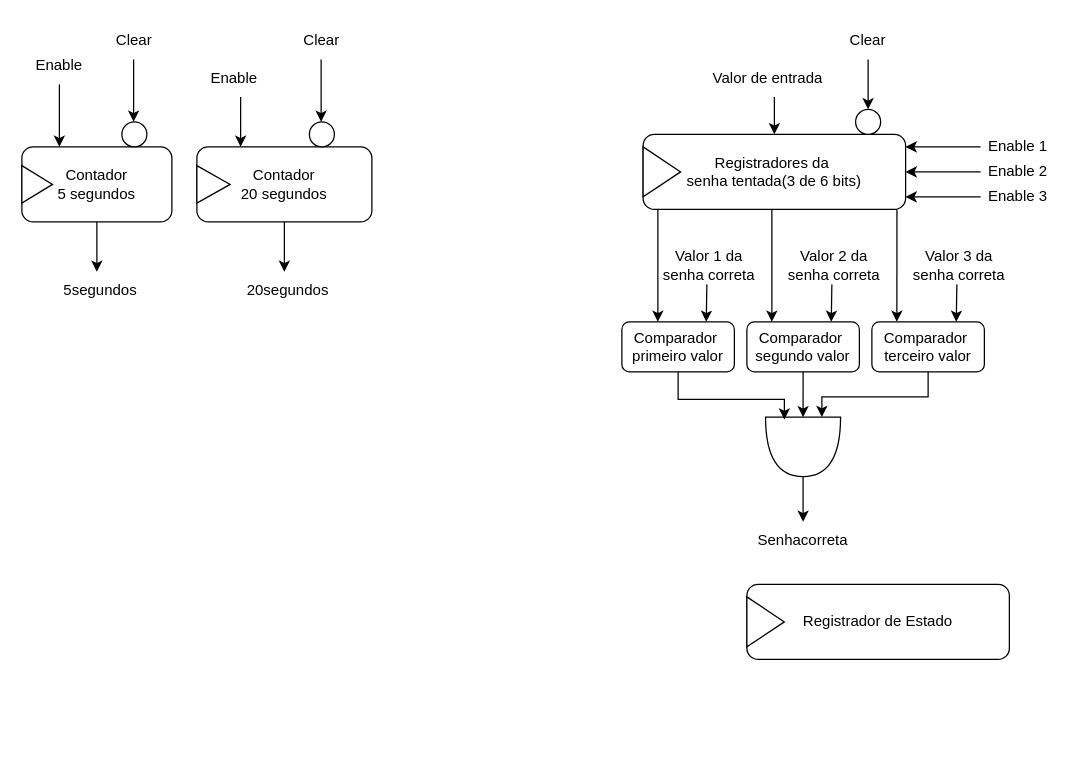
Above: proj3_geral.drawio in pedroManuelP/Projeto_03_CircuitosDigitais (draw.io), before the change. Source tidied: cells renumbered, new cells numbered last; positions are measured from the earlier drawing's top-left corner, leaving out a move shared by most shapes. Both pictures are drawn from the tidied source at 125%, with x=0, y=0 at pixel (21, 21).
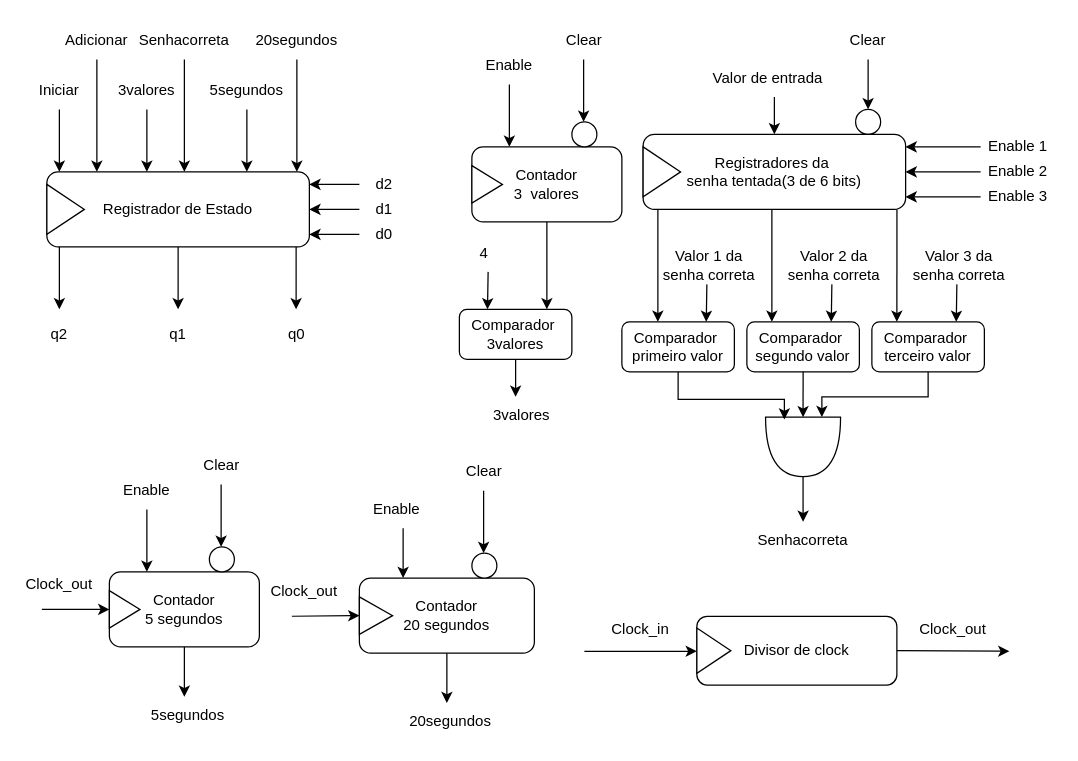
The same diagram, later.

The change refers to these unchanged cells:
```xml
<mxCell id="3" value="Registrador de Estado" style="rounded=1;whiteSpace=wrap;html=1;" parent="2" vertex="1">
  <mxGeometry width="210" height="60" as="geometry" />
</mxCell>
<mxCell id="54" value="&lt;div&gt;Contador&lt;/div&gt;&lt;div&gt;20 segundos&lt;br&gt;&lt;/div&gt;" style="rounded=1;whiteSpace=wrap;html=1;" parent="53" vertex="1">
  <mxGeometry x="-10" width="140" height="60" as="geometry" />
</mxCell>
```

The edit, as a diff of the source:
```diff
@@
     <mxCell id="2" style="group;" parent="1" vertex="1">
-      <mxGeometry x="580" y="450" width="210" height="60" as="geometry" />
+      <mxGeometry x="20" y="120" width="210" height="60" as="geometry" />
     </mxCell>
@@
-    <mxCell id="5" style="group;" parent="1" vertex="1">
-      <mxGeometry x="497" width="330" height="150" as="geometry" />
-    </mxCell>
-    <mxCell id="6" style="group;" parent="5" vertex="1">
-      <mxGeometry y="30" width="330" height="120" as="geometry" />
-    </mxCell>
-    <mxCell id="7" style="group;" parent="6" vertex="1">
-      <mxGeometry width="330" height="120" as="geometry" />
-    </mxCell>
-    <mxCell id="8" style="group;" parent="7" vertex="1">
-      <mxGeometry y="60" width="330" height="60" as="geometry" />
-    </mxCell>
-    <mxCell id="9" value="Enable 1" style="text;html=1;align=center;verticalAlign=middle;whiteSpace=wrap;rounded=0;" parent="8" vertex="1">
-      <mxGeometry x="270" width="60" height="20" as="geometry" />
-    </mxCell>
-    <mxCell id="10" style="group;" parent="8" vertex="1">
-      <mxGeometry width="270" height="60" as="geometry" />
-    </mxCell>
-    <mxCell id="11" style="group;" parent="10" vertex="1">
-      <mxGeometry width="210" height="60" as="geometry" />
-    </mxCell>
-    <mxCell id="12" value="&lt;div&gt;Registradores da&amp;nbsp;&lt;/div&gt;&lt;div&gt;senha tentada(3 de 6 bits)&lt;/div&gt;" style="rounded=1;whiteSpace=wrap;html=1;" parent="11" vertex="1">
-      <mxGeometry width="210" height="60" as="geometry" />
-    </mxCell>
-    <mxCell id="13" style="triangle;whiteSpace=wrap;html=1;" parent="11" vertex="1">
-      <mxGeometry y="10" width="30" height="40" as="geometry" />
-    </mxCell>
-    <mxCell id="14" style="endArrow=classic;html=1;rounded=0;entryX=1;entryY=0.5;entryDx=0;entryDy=0;" parent="10" edge="1">
-      <mxGeometry relative="1" as="geometry">
-        <mxPoint x="270" y="10" as="sourcePoint" />
-        <mxPoint x="210" y="10" as="targetPoint" />
-      </mxGeometry>
-    </mxCell>
-    <mxCell id="15" style="endArrow=classic;html=1;rounded=0;entryX=1;entryY=0.5;entryDx=0;entryDy=0;" parent="10" edge="1">
-      <mxGeometry relative="1" as="geometry">
-        <mxPoint x="270" y="50" as="sourcePoint" />
-        <mxPoint x="210" y="50" as="targetPoint" />
-        <Array as="points">
-          <mxPoint x="270" y="50" />
-        </Array>
-      </mxGeometry>
-    </mxCell>
-    <mxCell id="16" style="endArrow=classic;html=1;rounded=0;entryX=1;entryY=0.5;entryDx=0;entryDy=0;" parent="10" edge="1">
-      <mxGeometry relative="1" as="geometry">
-        <mxPoint x="270" y="30" as="sourcePoint" />
-        <mxPoint x="210" y="30" as="targetPoint" />
-      </mxGeometry>
-    </mxCell>
-    <mxCell id="17" value="Enable 2" style="text;html=1;align=center;verticalAlign=middle;whiteSpace=wrap;rounded=0;" parent="8" vertex="1">
-      <mxGeometry x="270" y="20" width="60" height="20" as="geometry" />
-    </mxCell>
-    <mxCell id="18" value="Enable 3" style="text;html=1;align=center;verticalAlign=middle;whiteSpace=wrap;rounded=0;" parent="8" vertex="1">
-      <mxGeometry x="270" y="40" width="60" height="20" as="geometry" />
-    </mxCell>
-    <mxCell id="19" style="endArrow=classic;html=1;rounded=0;" parent="7" edge="1" target="12">
-      <mxGeometry relative="1" as="geometry">
-        <mxPoint x="105" y="30" as="sourcePoint" />
-      </mxGeometry>
-    </mxCell>
-    <mxCell id="20" value="Valor de entrada" style="text;html=1;align=center;verticalAlign=middle;whiteSpace=wrap;rounded=0;" parent="7" vertex="1">
-      <mxGeometry x="50" width="100" height="30" as="geometry" />
-    </mxCell>
-    <mxCell id="21" style="ellipse;whiteSpace=wrap;html=1;" parent="7" vertex="1">
-      <mxGeometry x="170" y="40" width="20" height="20" as="geometry" />
-    </mxCell>
-    <mxCell id="22" style="endArrow=classic;html=1;rounded=0;" parent="5" edge="1">
-      <mxGeometry relative="1" as="geometry">
-        <mxPoint x="180" y="30" as="sourcePoint" />
-        <mxPoint x="180" y="70" as="targetPoint" />
-      </mxGeometry>
-    </mxCell>
-    <mxCell id="23" value="Clear" style="text;html=1;align=center;verticalAlign=middle;whiteSpace=wrap;rounded=0;" parent="5" vertex="1">
-      <mxGeometry x="150" width="60" height="30" as="geometry" />
-    </mxCell>
@@
     <mxCell id="42" style="group;" parent="1" vertex="1">
-      <mxGeometry width="120" height="230" as="geometry" />
+      <mxGeometry x="70" y="340" width="120" height="230" as="geometry" />
     </mxCell>
@@
     <mxCell id="53" style="group;" parent="1" vertex="1">
-      <mxGeometry x="150" y="100" width="130" height="60" as="geometry" />
+      <mxGeometry x="280" y="445" width="130" height="60" as="geometry" />
     </mxCell>
@@
     <mxCell id="55" style="endArrow=classic;html=1;rounded=0;entryX=0.25;entryY=0;entryDx=0;entryDy=0;" parent="1" edge="1" target="54">
       <mxGeometry relative="1" as="geometry">
-        <mxPoint x="175" y="60" as="sourcePoint" />
+        <mxPoint x="305" y="405" as="sourcePoint" />
       </mxGeometry>
     </mxCell>
     <mxCell id="56" style="ellipse;whiteSpace=wrap;html=1;" parent="1" vertex="1">
-      <mxGeometry x="230" y="80" width="20" height="20" as="geometry" />
+      <mxGeometry x="360" y="425" width="20" height="20" as="geometry" />
     </mxCell>
     <mxCell id="57" style="endArrow=classic;html=1;rounded=0;entryX=0.25;entryY=0;entryDx=0;entryDy=0;" parent="1" edge="1">
       <mxGeometry relative="1" as="geometry">
-        <mxPoint x="239.4" y="30" as="sourcePoint" />
-        <mxPoint x="239.4" y="80" as="targetPoint" />
+        <mxPoint x="369.4" y="375" as="sourcePoint" />
+        <mxPoint x="369.4" y="425" as="targetPoint" />
       </mxGeometry>
     </mxCell>
     <mxCell id="58" style="endArrow=classic;html=1;rounded=0;exitX=0.5;exitY=1;exitDx=0;exitDy=0;" parent="1" edge="1" source="54">
       <mxGeometry relative="1" as="geometry">
-        <mxPoint x="210" y="200" as="targetPoint" />
+        <mxPoint x="340" y="545" as="targetPoint" />
       </mxGeometry>
     </mxCell>
     <mxCell id="59" value="20segundos" style="text;html=1;align=center;verticalAlign=middle;whiteSpace=wrap;rounded=0;" parent="1" vertex="1">
-      <mxGeometry x="182.5" y="200" width="60" height="30" as="geometry" />
+      <mxGeometry x="312.5" y="545" width="60" height="30" as="geometry" />
     </mxCell>
     <mxCell id="60" value="Enable" style="text;html=1;align=center;verticalAlign=middle;whiteSpace=wrap;rounded=0;" parent="1" vertex="1">
-      <mxGeometry x="140" y="30" width="60" height="30" as="geometry" />
+      <mxGeometry x="270" y="375" width="60" height="30" as="geometry" />
     </mxCell>
     <mxCell id="61" value="Clear" style="text;html=1;align=center;verticalAlign=middle;whiteSpace=wrap;rounded=0;" parent="1" vertex="1">
-      <mxGeometry x="210" width="60" height="30" as="geometry" />
+      <mxGeometry x="340" y="345" width="60" height="30" as="geometry" />
     </mxCell>
     <mxCell id="62" style="triangle;whiteSpace=wrap;html=1;" parent="1" vertex="1">
-      <mxGeometry x="140" y="115" width="26.6" height="30" as="geometry" />
+      <mxGeometry x="270" y="460" width="26.6" height="30" as="geometry" />
     </mxCell>
+    <mxCell id="63" style="endArrow=classic;html=1;rounded=0;" parent="1" edge="1">
+      <mxGeometry relative="1" as="geometry">
+        <mxPoint x="30" y="70" as="sourcePoint" />
+        <mxPoint x="30" y="120" as="targetPoint" />
+      </mxGeometry>
+    </mxCell>
+    <mxCell id="64" value="Iniciar" style="text;html=1;align=center;verticalAlign=middle;whiteSpace=wrap;rounded=0;" parent="1" vertex="1">
+      <mxGeometry y="40" width="60" height="30" as="geometry" />
+    </mxCell>
+    <mxCell id="65" value="Adicionar" style="text;html=1;align=center;verticalAlign=middle;whiteSpace=wrap;rounded=0;" parent="1" vertex="1">
+      <mxGeometry x="30" width="60" height="30" as="geometry" />
+    </mxCell>
+    <mxCell id="66" style="endArrow=classic;html=1;rounded=0;" parent="1" edge="1">
+      <mxGeometry relative="1" as="geometry">
+        <mxPoint x="60" y="30" as="sourcePoint" />
+        <mxPoint x="60" y="120" as="targetPoint" />
+      </mxGeometry>
+    </mxCell>
+    <mxCell id="67" style="endArrow=classic;html=1;rounded=0;" parent="1" edge="1">
+      <mxGeometry relative="1" as="geometry">
+        <mxPoint x="100" y="70" as="sourcePoint" />
+        <mxPoint x="100" y="120" as="targetPoint" />
+      </mxGeometry>
+    </mxCell>
+    <mxCell id="68" style="endArrow=classic;html=1;rounded=0;" parent="1" edge="1">
+      <mxGeometry relative="1" as="geometry">
+        <mxPoint x="130" y="30" as="sourcePoint" />
+        <mxPoint x="130" y="120" as="targetPoint" />
+      </mxGeometry>
+    </mxCell>
+    <mxCell id="69" value="3valores" style="text;html=1;align=center;verticalAlign=middle;whiteSpace=wrap;rounded=0;" parent="1" vertex="1">
+      <mxGeometry x="70" y="40" width="60" height="30" as="geometry" />
+    </mxCell>
+    <mxCell id="70" value="Senhacorreta" style="text;html=1;align=center;verticalAlign=middle;whiteSpace=wrap;rounded=0;" parent="1" vertex="1">
+      <mxGeometry x="100" width="60" height="30" as="geometry" />
+    </mxCell>
+    <mxCell id="71" value="3valores" style="text;html=1;align=center;verticalAlign=middle;whiteSpace=wrap;rounded=0;" parent="1" vertex="1">
+      <mxGeometry x="370" y="300" width="60" height="30" as="geometry" />
+    </mxCell>
+    <mxCell id="72" value="&lt;div&gt;Comparador&amp;nbsp;&lt;/div&gt;&lt;div&gt;3valores&lt;br&gt;&lt;/div&gt;" style="rounded=1;whiteSpace=wrap;html=1;" parent="1" vertex="1">
+      <mxGeometry x="350" y="230" width="90" height="40" as="geometry" />
+    </mxCell>
+    <mxCell id="73" style="group;" parent="1" vertex="1">
+      <mxGeometry x="360" y="100" width="120" height="60" as="geometry" />
+    </mxCell>
+    <mxCell id="74" value="&lt;div&gt;Contador&lt;/div&gt;&lt;div&gt;3&amp;nbsp; valores&lt;br&gt;&lt;/div&gt;" style="rounded=1;whiteSpace=wrap;html=1;" parent="73" vertex="1">
+      <mxGeometry width="120" height="60" as="geometry" />
+    </mxCell>
+    <mxCell id="75" style="triangle;whiteSpace=wrap;html=1;" parent="73" vertex="1">
+      <mxGeometry y="15" width="24.5" height="30" as="geometry" />
+    </mxCell>
+    <mxCell id="76" style="endArrow=classic;html=1;rounded=0;entryX=0.25;entryY=0;entryDx=0;entryDy=0;" parent="1" edge="1" target="74">
+      <mxGeometry relative="1" as="geometry">
+        <mxPoint x="390" y="50" as="sourcePoint" />
+      </mxGeometry>
+    </mxCell>
+    <mxCell id="77" style="ellipse;whiteSpace=wrap;html=1;" parent="1" vertex="1">
+      <mxGeometry x="440" y="80" width="20" height="20" as="geometry" />
+    </mxCell>
+    <mxCell id="78" style="endArrow=classic;html=1;rounded=0;entryX=0.25;entryY=0;entryDx=0;entryDy=0;" parent="1" edge="1">
+      <mxGeometry relative="1" as="geometry">
+        <mxPoint x="449.4" y="30" as="sourcePoint" />
+        <mxPoint x="449.4" y="80" as="targetPoint" />
+      </mxGeometry>
+    </mxCell>
+    <mxCell id="79" style="endArrow=classic;html=1;rounded=0;exitX=0.5;exitY=1;exitDx=0;exitDy=0;" parent="1" edge="1" source="74">
+      <mxGeometry relative="1" as="geometry">
+        <mxPoint x="420" y="230" as="targetPoint" />
+      </mxGeometry>
+    </mxCell>
+    <mxCell id="80" value="Enable" style="text;html=1;align=center;verticalAlign=middle;whiteSpace=wrap;rounded=0;" parent="1" vertex="1">
+      <mxGeometry x="360" y="20" width="60" height="30" as="geometry" />
+    </mxCell>
+    <mxCell id="81" value="Clear" style="text;html=1;align=center;verticalAlign=middle;whiteSpace=wrap;rounded=0;" parent="1" vertex="1">
+      <mxGeometry x="420" width="60" height="30" as="geometry" />
+    </mxCell>
+    <mxCell id="82" style="endArrow=classic;html=1;rounded=0;exitX=0.5;exitY=1;exitDx=0;exitDy=0;" parent="1" edge="1" source="72">
+      <mxGeometry relative="1" as="geometry">
+        <mxPoint x="395" y="300" as="targetPoint" />
+      </mxGeometry>
+    </mxCell>
+    <mxCell id="83" style="endArrow=classic;html=1;rounded=0;entryX=0.25;entryY=0;entryDx=0;entryDy=0;" parent="1" edge="1" target="72">
+      <mxGeometry relative="1" as="geometry">
+        <mxPoint x="373" y="200" as="sourcePoint" />
+      </mxGeometry>
+    </mxCell>
+    <mxCell id="84" value="4" style="text;html=1;align=center;verticalAlign=middle;whiteSpace=wrap;rounded=0;" parent="1" vertex="1">
+      <mxGeometry x="350" y="170" width="40" height="30" as="geometry" />
+    </mxCell>
+    <mxCell id="85" style="endArrow=classic;html=1;rounded=0;" parent="1" edge="1">
+      <mxGeometry relative="1" as="geometry">
+        <mxPoint x="180" y="70" as="sourcePoint" />
+        <mxPoint x="180" y="120" as="targetPoint" />
+      </mxGeometry>
+    </mxCell>
+    <mxCell id="86" value="5segundos" style="text;html=1;align=center;verticalAlign=middle;whiteSpace=wrap;rounded=0;" parent="1" vertex="1">
+      <mxGeometry x="150" y="40" width="60" height="30" as="geometry" />
+    </mxCell>
+    <mxCell id="87" style="endArrow=classic;html=1;rounded=0;" parent="1" edge="1">
+      <mxGeometry relative="1" as="geometry">
+        <mxPoint x="220" y="30" as="sourcePoint" />
+        <mxPoint x="220" y="120" as="targetPoint" />
+      </mxGeometry>
+    </mxCell>
+    <mxCell id="88" value="20segundos" style="text;html=1;align=center;verticalAlign=middle;whiteSpace=wrap;rounded=0;" parent="1" vertex="1">
+      <mxGeometry x="190" width="60" height="30" as="geometry" />
+    </mxCell>
+    <mxCell id="22" style="endArrow=classic;html=1;rounded=0;" parent="1" edge="1">
+      <mxGeometry relative="1" as="geometry">
+        <mxPoint x="677" y="30" as="sourcePoint" />
+        <mxPoint x="677" y="70" as="targetPoint" />
+      </mxGeometry>
+    </mxCell>
+    <mxCell id="23" value="Clear" style="text;html=1;align=center;verticalAlign=middle;whiteSpace=wrap;rounded=0;" parent="1" vertex="1">
+      <mxGeometry x="647" width="60" height="30" as="geometry" />
+    </mxCell>
+    <mxCell id="19" style="endArrow=classic;html=1;rounded=0;" parent="1" edge="1" target="12">
+      <mxGeometry relative="1" as="geometry">
+        <mxPoint x="602" y="60" as="sourcePoint" />
+      </mxGeometry>
+    </mxCell>
+    <mxCell id="20" value="Valor de entrada" style="text;html=1;align=center;verticalAlign=middle;whiteSpace=wrap;rounded=0;" parent="1" vertex="1">
+      <mxGeometry x="547" y="30" width="100" height="30" as="geometry" />
+    </mxCell>
+    <mxCell id="21" style="ellipse;whiteSpace=wrap;html=1;" parent="1" vertex="1">
+      <mxGeometry x="667" y="70" width="20" height="20" as="geometry" />
+    </mxCell>
+    <mxCell id="9" value="Enable 1" style="text;html=1;align=center;verticalAlign=middle;whiteSpace=wrap;rounded=0;" parent="1" vertex="1">
+      <mxGeometry x="767" y="90" width="60" height="20" as="geometry" />
+    </mxCell>
+    <mxCell id="10" style="group;" parent="1" vertex="1">
+      <mxGeometry x="497" y="90" width="270" height="60" as="geometry" />
+    </mxCell>
+    <mxCell id="11" style="group;" parent="10" vertex="1">
+      <mxGeometry width="210" height="60" as="geometry" />
+    </mxCell>
+    <mxCell id="12" value="&lt;div&gt;Registradores da&amp;nbsp;&lt;/div&gt;&lt;div&gt;senha tentada(3 de 6 bits)&lt;/div&gt;" style="rounded=1;whiteSpace=wrap;html=1;" parent="11" vertex="1">
+      <mxGeometry width="210" height="60" as="geometry" />
+    </mxCell>
+    <mxCell id="13" style="triangle;whiteSpace=wrap;html=1;" parent="11" vertex="1">
+      <mxGeometry y="10" width="30" height="40" as="geometry" />
+    </mxCell>
+    <mxCell id="14" style="endArrow=classic;html=1;rounded=0;entryX=1;entryY=0.5;entryDx=0;entryDy=0;" parent="10" edge="1">
+      <mxGeometry relative="1" as="geometry">
+        <mxPoint x="270" y="10" as="sourcePoint" />
+        <mxPoint x="210" y="10" as="targetPoint" />
+      </mxGeometry>
+    </mxCell>
+    <mxCell id="15" style="endArrow=classic;html=1;rounded=0;entryX=1;entryY=0.5;entryDx=0;entryDy=0;" parent="10" edge="1">
+      <mxGeometry relative="1" as="geometry">
+        <mxPoint x="270" y="50" as="sourcePoint" />
+        <mxPoint x="210" y="50" as="targetPoint" />
+        <Array as="points">
+          <mxPoint x="270" y="50" />
+        </Array>
+      </mxGeometry>
+    </mxCell>
+    <mxCell id="16" style="endArrow=classic;html=1;rounded=0;entryX=1;entryY=0.5;entryDx=0;entryDy=0;" parent="10" edge="1">
+      <mxGeometry relative="1" as="geometry">
+        <mxPoint x="270" y="30" as="sourcePoint" />
+        <mxPoint x="210" y="30" as="targetPoint" />
+      </mxGeometry>
+    </mxCell>
+    <mxCell id="17" value="Enable 2" style="text;html=1;align=center;verticalAlign=middle;whiteSpace=wrap;rounded=0;" parent="1" vertex="1">
+      <mxGeometry x="767" y="110" width="60" height="20" as="geometry" />
+    </mxCell>
+    <mxCell id="18" value="Enable 3" style="text;html=1;align=center;verticalAlign=middle;whiteSpace=wrap;rounded=0;" parent="1" vertex="1">
+      <mxGeometry x="767" y="130" width="60" height="20" as="geometry" />
+    </mxCell>
+    <mxCell id="89" style="endArrow=classic;html=1;rounded=0;entryX=1;entryY=0.5;entryDx=0;entryDy=0;" parent="1" edge="1">
+      <mxGeometry relative="1" as="geometry">
+        <mxPoint x="270" y="130" as="sourcePoint" />
+        <mxPoint x="230" y="130" as="targetPoint" />
+      </mxGeometry>
+    </mxCell>
+    <mxCell id="90" style="endArrow=classic;html=1;rounded=0;entryX=1;entryY=0.5;entryDx=0;entryDy=0;" parent="1" edge="1">
+      <mxGeometry relative="1" as="geometry">
+        <mxPoint x="270" y="150" as="sourcePoint" />
+        <mxPoint x="230" y="150" as="targetPoint" />
+      </mxGeometry>
+    </mxCell>
+    <mxCell id="91" style="endArrow=classic;html=1;rounded=0;entryX=1;entryY=0.5;entryDx=0;entryDy=0;" parent="1" edge="1">
+      <mxGeometry relative="1" as="geometry">
+        <mxPoint x="270" y="170" as="sourcePoint" />
+        <mxPoint x="230" y="170" as="targetPoint" />
+        <Array as="points">
+          <mxPoint x="270" y="170" />
+        </Array>
+      </mxGeometry>
+    </mxCell>
+    <mxCell id="92" value="d0" style="text;html=1;align=center;verticalAlign=middle;whiteSpace=wrap;rounded=0;" parent="1" vertex="1">
+      <mxGeometry x="260" y="160" width="60" height="20" as="geometry" />
+    </mxCell>
+    <mxCell id="93" value="d1" style="text;html=1;align=center;verticalAlign=middle;whiteSpace=wrap;rounded=0;" parent="1" vertex="1">
+      <mxGeometry x="260" y="140" width="60" height="20" as="geometry" />
+    </mxCell>
+    <mxCell id="94" value="d2" style="text;html=1;align=center;verticalAlign=middle;whiteSpace=wrap;rounded=0;" parent="1" vertex="1">
+      <mxGeometry x="260" y="120" width="60" height="20" as="geometry" />
+    </mxCell>
+    <mxCell id="95" style="endArrow=classic;html=1;rounded=0;exitX=0.5;exitY=1;exitDx=0;exitDy=0;" parent="1" edge="1" source="3">
+      <mxGeometry relative="1" as="geometry">
+        <mxPoint x="125" y="230" as="targetPoint" />
+      </mxGeometry>
+    </mxCell>
+    <mxCell id="96" style="endArrow=classic;html=1;rounded=0;exitX=0.5;exitY=1;exitDx=0;exitDy=0;" parent="1" edge="1">
+      <mxGeometry relative="1" as="geometry">
+        <mxPoint x="219.4" y="180" as="sourcePoint" />
+        <mxPoint x="219.4" y="230" as="targetPoint" />
+      </mxGeometry>
+    </mxCell>
+    <mxCell id="97" style="endArrow=classic;html=1;rounded=0;exitX=0.5;exitY=1;exitDx=0;exitDy=0;" parent="1" edge="1">
+      <mxGeometry relative="1" as="geometry">
+        <mxPoint x="30" y="180" as="sourcePoint" />
+        <mxPoint x="30" y="230" as="targetPoint" />
+      </mxGeometry>
+    </mxCell>
+    <mxCell id="98" value="q2" style="text;html=1;align=center;verticalAlign=middle;whiteSpace=wrap;rounded=0;" parent="1" vertex="1">
+      <mxGeometry y="235" width="60" height="30" as="geometry" />
+    </mxCell>
+    <mxCell id="99" value="q1" style="text;html=1;align=center;verticalAlign=middle;whiteSpace=wrap;rounded=0;" parent="1" vertex="1">
+      <mxGeometry x="95" y="235" width="60" height="30" as="geometry" />
+    </mxCell>
+    <mxCell id="100" value="q0" style="text;html=1;align=center;verticalAlign=middle;whiteSpace=wrap;rounded=0;" parent="1" vertex="1">
+      <mxGeometry x="190" y="235" width="60" height="30" as="geometry" />
+    </mxCell>
+    <mxCell id="101" style="endArrow=classic;html=1;rounded=0;entryX=0;entryY=0.5;entryDx=0;entryDy=0;" parent="1" edge="1" target="62">
+      <mxGeometry relative="1" as="geometry">
+        <mxPoint x="216" y="475.5" as="sourcePoint" />
+      </mxGeometry>
+    </mxCell>
+    <mxCell id="102" value="Clock_out" style="text;html=1;align=center;verticalAlign=middle;whiteSpace=wrap;rounded=0;" parent="1" vertex="1">
+      <mxGeometry x="196" y="440.5" width="60" height="30" as="geometry" />
+    </mxCell>
+    <mxCell id="103" style="endArrow=classic;html=1;rounded=0;entryX=0;entryY=0.5;entryDx=0;entryDy=0;" parent="1" edge="1">
+      <mxGeometry relative="1" as="geometry">
+        <mxPoint x="16" y="470" as="sourcePoint" />
+        <mxPoint x="70" y="470" as="targetPoint" />
+      </mxGeometry>
+    </mxCell>
+    <mxCell id="104" value="Clock_out" style="text;html=1;align=center;verticalAlign=middle;whiteSpace=wrap;rounded=0;" parent="1" vertex="1">
+      <mxGeometry y="435" width="60" height="30" as="geometry" />
+    </mxCell>
+    <mxCell id="105" value="&lt;div&gt;Divisor de clock&lt;/div&gt;" style="rounded=1;whiteSpace=wrap;html=1;" parent="1" vertex="1">
+      <mxGeometry x="540" y="475.5" width="160" height="55" as="geometry" />
+    </mxCell>
+    <mxCell id="106" style="triangle;whiteSpace=wrap;html=1;" parent="1" vertex="1">
+      <mxGeometry x="540" y="484.9" width="27.2" height="36.2" as="geometry" />
+    </mxCell>
+    <mxCell id="107" style="endArrow=classic;html=1;rounded=0;exitX=1;exitY=0.5;exitDx=0;exitDy=0;" parent="1" edge="1" source="105">
+      <mxGeometry relative="1" as="geometry">
+        <mxPoint x="790" y="503.5" as="targetPoint" />
+      </mxGeometry>
+    </mxCell>
+    <mxCell id="108" value="Clock_out" style="text;html=1;align=center;verticalAlign=middle;whiteSpace=wrap;rounded=0;" parent="1" vertex="1">
+      <mxGeometry x="715" y="470.5" width="60" height="30" as="geometry" />
+    </mxCell>
+    <mxCell id="109" style="endArrow=classic;html=1;rounded=0;exitX=1;exitY=0.5;exitDx=0;exitDy=0;" parent="1" edge="1">
+      <mxGeometry relative="1" as="geometry">
+        <mxPoint x="450" y="503.5" as="sourcePoint" />
+        <mxPoint x="540" y="503.5" as="targetPoint" />
+      </mxGeometry>
+    </mxCell>
+    <mxCell id="110" value="Clock_in" style="text;html=1;align=center;verticalAlign=middle;whiteSpace=wrap;rounded=0;" parent="1" vertex="1">
+      <mxGeometry x="465" y="470.5" width="60" height="30" as="geometry" />
+    </mxCell>
```
